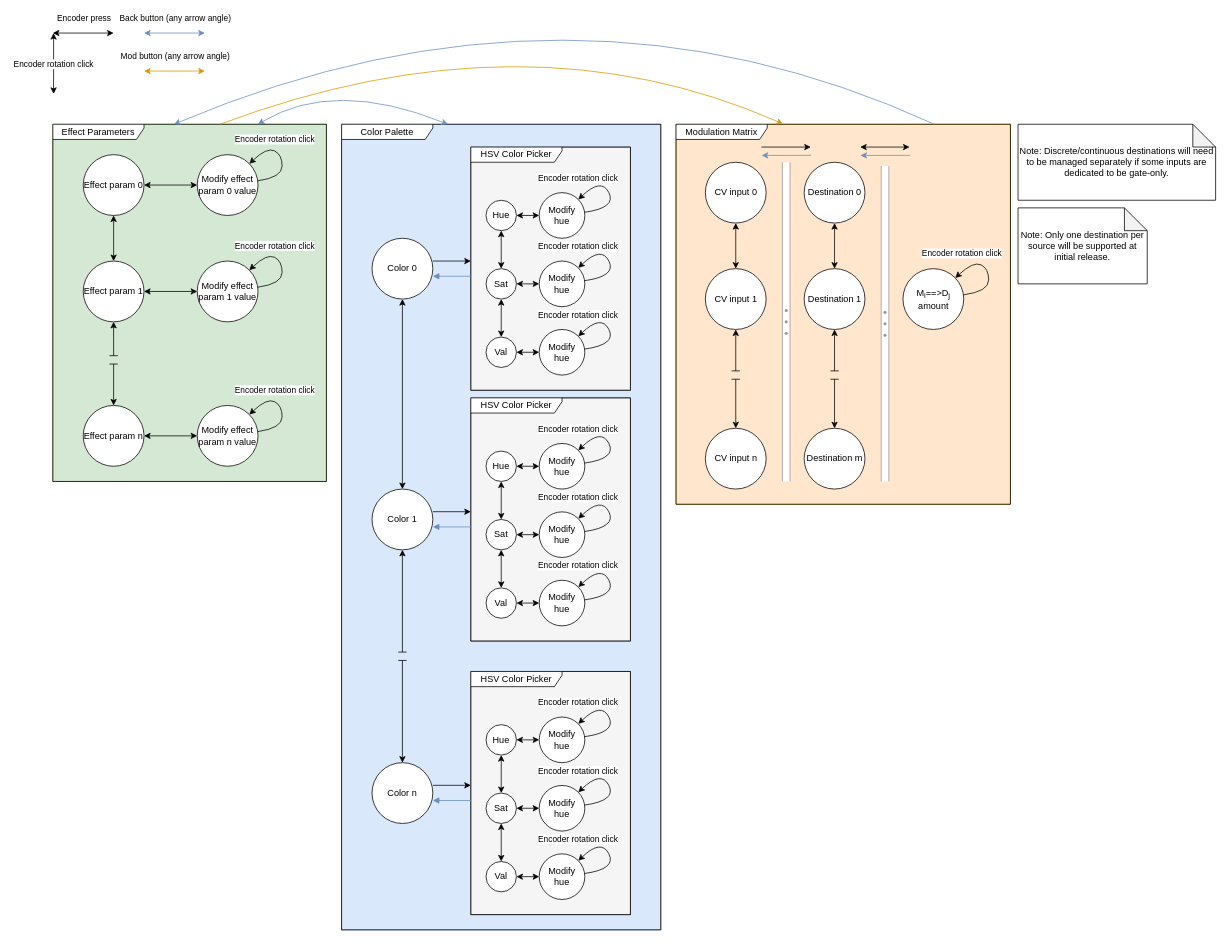
Before: docs/Effect_OLED_menu_item_selection_state_machine.drawio in ethandrzb/Eurorack_WS2812_LED_Controller, a draw.io diagram. Source tidied: cells renumbered, new cells numbered last; positions are measured from the earlier drawing's top-left corner, leaving out a move shared by most shapes. Both pictures are drawn from the tidied source at 76%, with x=0, y=0 at pixel (52, -43).
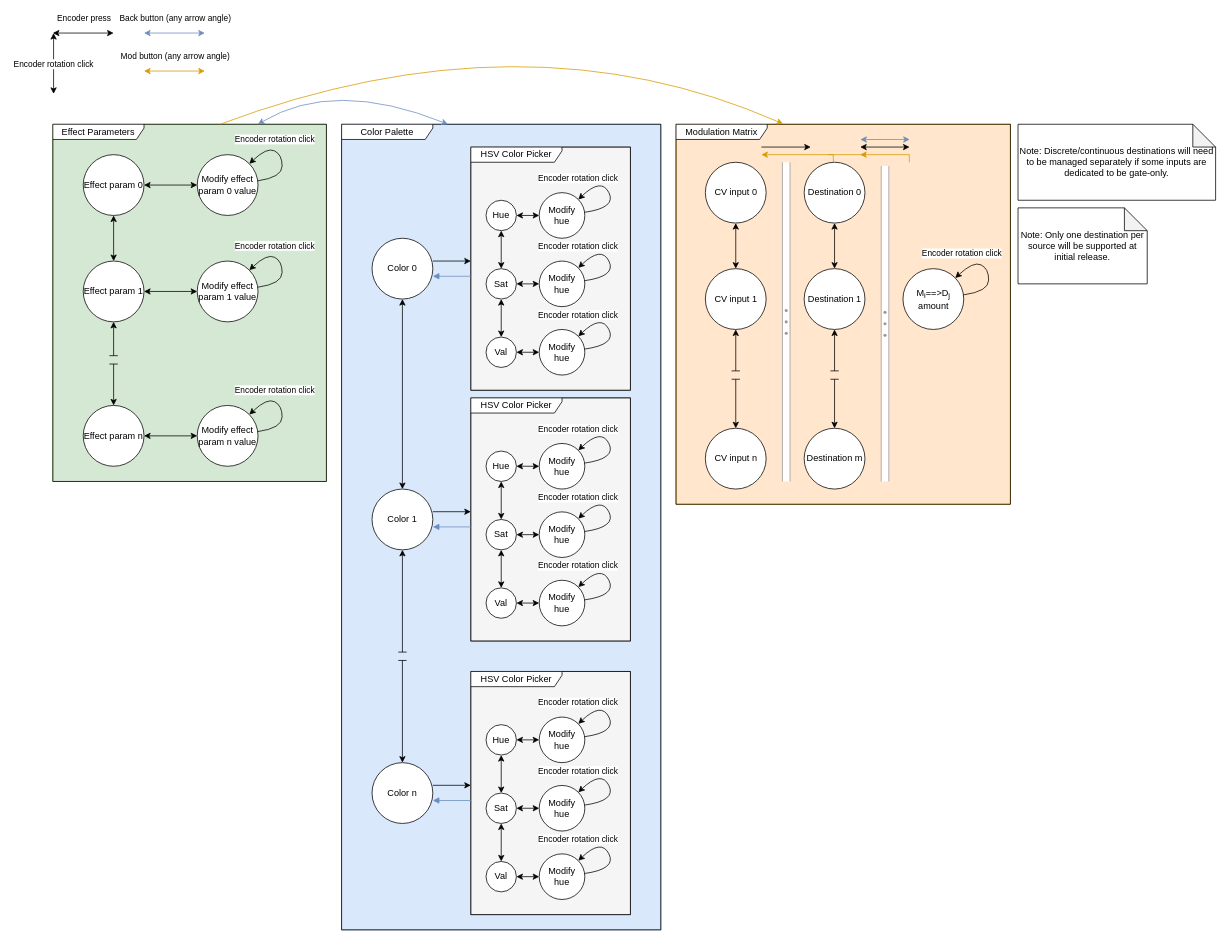
The same page after the edit.

Unchanged cells that the change refers to:
```xml
<mxCell id="4" value="Effect Parameters" style="shape=umlFrame;whiteSpace=wrap;html=1;width=120;height=20;" parent="2" vertex="1">
  <mxGeometry width="360" height="470" as="geometry" />
</mxCell>
<mxCell id="107" style="group;" parent="1" vertex="1">
  <mxGeometry x="820" y="220" width="450" height="1060" as="geometry" />
</mxCell>
```

Change to the diagram source:
```diff
@@
-    <mxCell id="128" style="endArrow=none;startArrow=classic;html=1;jumpStyle=line;jumpSize=11;startFill=1;fillColor=#dae8fc;strokeColor=#6c8ebf;endFill=0;" parent="107" edge="1">
-      <mxGeometry relative="1" as="geometry">
-        <mxPoint x="112.7" y="41" as="sourcePoint" />
-        <mxPoint x="177.7" y="40.9" as="targetPoint" />
-      </mxGeometry>
-    </mxCell>
@@
-    <mxCell id="130" style="endArrow=none;startArrow=classic;html=1;jumpStyle=line;jumpSize=11;startFill=1;fillColor=#dae8fc;strokeColor=#6c8ebf;endFill=0;" parent="107" edge="1">
+    <mxCell id="130" style="endArrow=classic;startArrow=classic;html=1;jumpStyle=line;jumpSize=11;startFill=1;fillColor=#dae8fc;strokeColor=#6c8ebf;endFill=1;" parent="107" edge="1">
       <mxGeometry relative="1" as="geometry">
-        <mxPoint x="242.7" y="41" as="sourcePoint" />
-        <mxPoint x="307.7" y="40.9" as="targetPoint" />
+        <mxPoint x="242.5" y="20.1" as="sourcePoint" />
+        <mxPoint x="307.5" y="20" as="targetPoint" />
       </mxGeometry>
     </mxCell>
+    <mxCell id="138" style="endArrow=classic;startArrow=none;html=1;jumpStyle=line;jumpSize=11;startFill=0;fillColor=#dae8fc;strokeColor=#D79B00;endFill=1;rounded=0;curved=0;" parent="107" edge="1">
+      <mxGeometry relative="1" as="geometry">
+        <mxPoint x="307" y="50" as="sourcePoint" />
+        <mxPoint x="242.3" y="40" as="targetPoint" />
+        <Array as="points">
+          <mxPoint x="307" y="40" />
+        </Array>
+      </mxGeometry>
+    </mxCell>
+    <mxCell id="139" style="endArrow=classic;startArrow=none;html=1;jumpStyle=line;jumpSize=11;startFill=0;fillColor=#dae8fc;strokeColor=#D79B00;endFill=1;rounded=0;curved=0;" parent="107" edge="1">
+      <mxGeometry relative="1" as="geometry">
+        <mxPoint x="207" y="50" as="sourcePoint" />
+        <mxPoint x="112.3" y="40" as="targetPoint" />
+        <Array as="points">
+          <mxPoint x="207" y="40" />
+        </Array>
+      </mxGeometry>
+    </mxCell>
+    <mxCell id="140" style="endArrow=none;startArrow=none;html=1;jumpStyle=line;jumpSize=11;startFill=0;fillColor=#dae8fc;strokeColor=#D79B00;endFill=0;rounded=0;curved=0;" parent="107" edge="1">
+      <mxGeometry relative="1" as="geometry">
+        <mxPoint x="250" y="40" as="sourcePoint" />
+        <mxPoint x="200" y="40" as="targetPoint" />
+      </mxGeometry>
+    </mxCell>
@@
-    <mxCell id="136" style="edgeStyle=none;html=1;rounded=0;curved=1;fillColor=#dae8fc;strokeColor=#6c8ebf;startArrow=none;startFill=0;entryX=0.443;entryY=0;entryDx=0;entryDy=0;entryPerimeter=0;" parent="1" edge="1" target="4">
-      <mxGeometry relative="1" as="geometry">
-        <mxPoint x="1160" y="220" as="sourcePoint" />
-        <Array as="points">
-          <mxPoint x="680" />
-        </Array>
-      </mxGeometry>
-    </mxCell>
```
